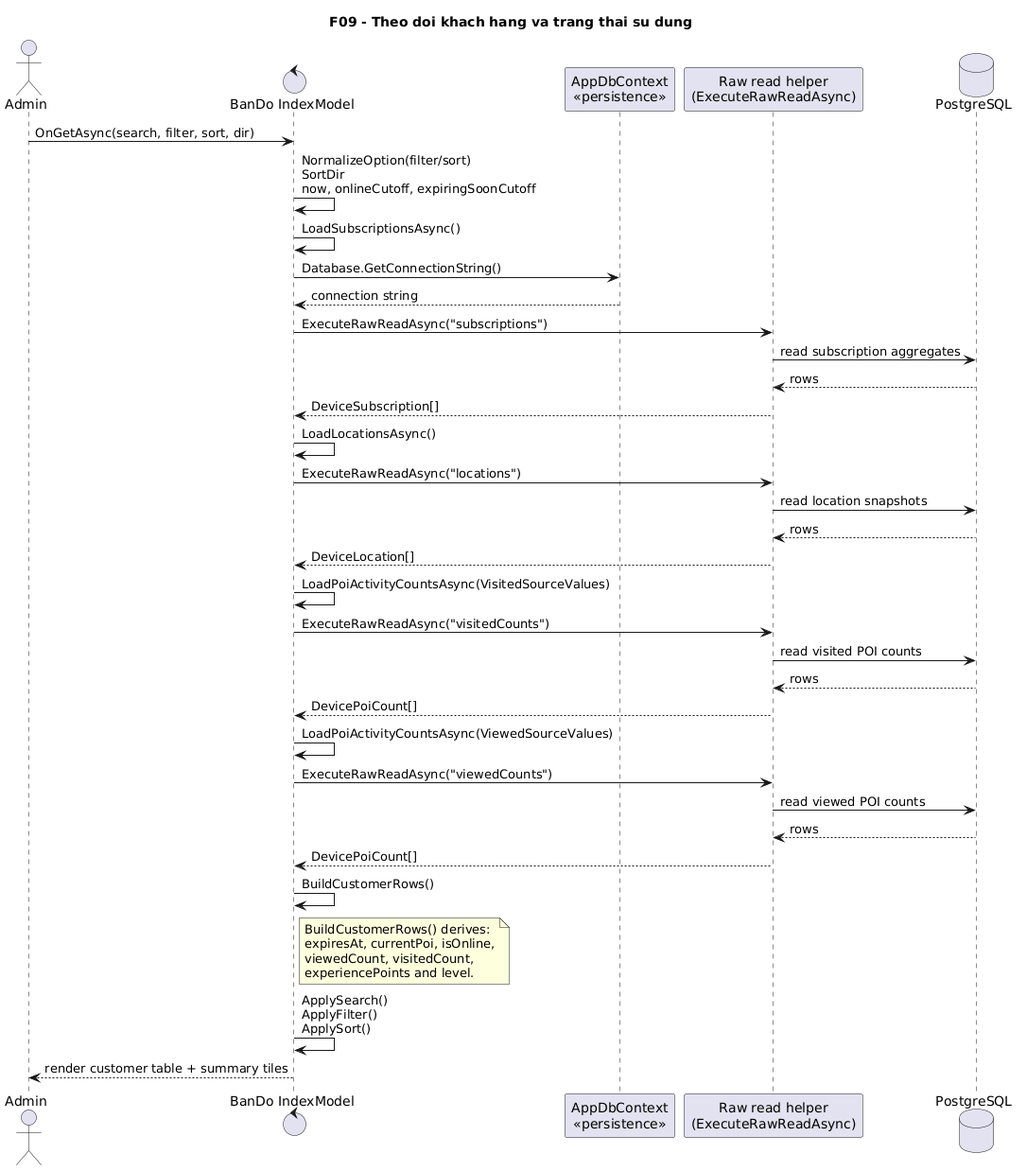
VoBao182/PhoAmThuc keeps this PlantUML diagram as docs/diagrams/png/09-live-map-sequence.png. Above is the earlier version.
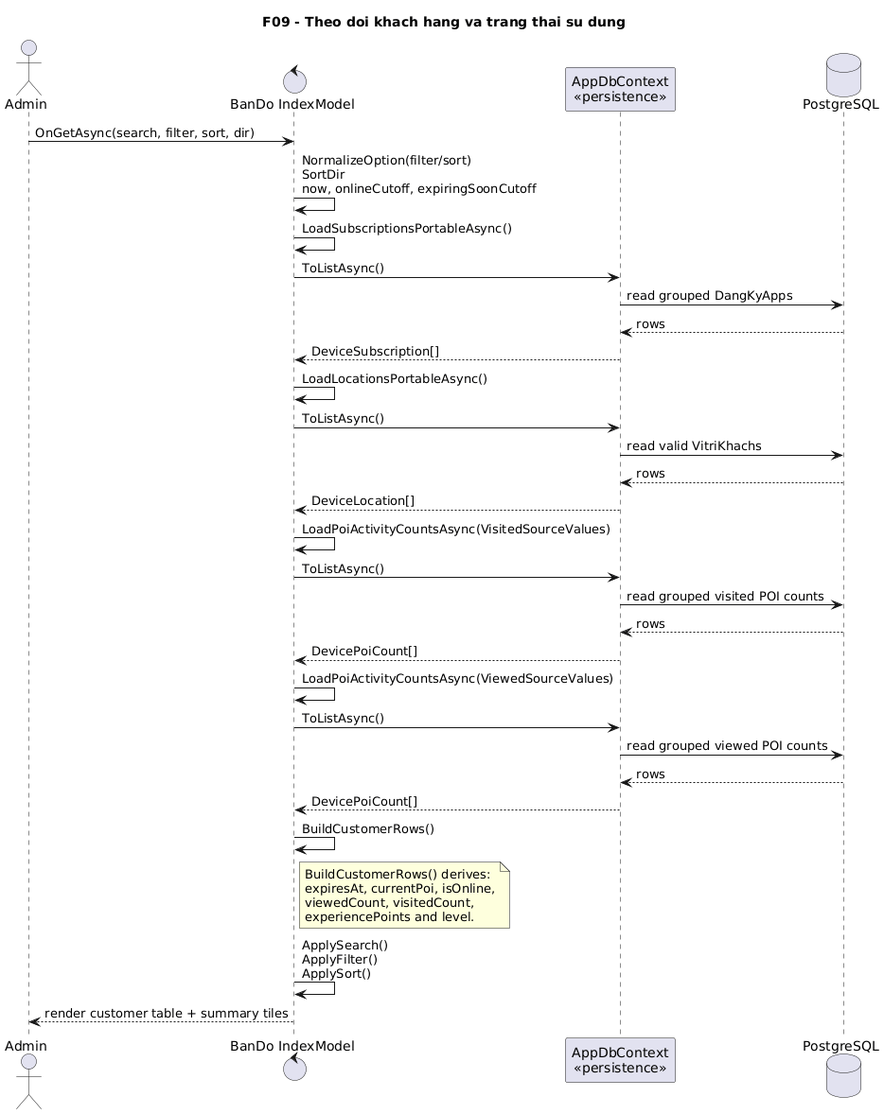
The same diagram one commit later.

The edit, as a diff of the source:
```diff
@@ -4,37 +4,34 @@
 actor Admin
 control "BanDo IndexModel" as IndexModel
 participant "AppDbContext\n<<persistence>>" as DbContext
-participant "Raw read helper\n(ExecuteRawReadAsync)" as RawRead
 database "PostgreSQL" as DB
 
 Admin -> IndexModel: OnGetAsync(search, filter, sort, dir)
 IndexModel -> IndexModel: NormalizeOption(filter/sort)\nSortDir\nnow, onlineCutoff, expiringSoonCutoff
 
-IndexModel -> IndexModel: LoadSubscriptionsAsync()
-IndexModel -> DbContext: Database.GetConnectionString()
-DbContext --> IndexModel: connection string
-IndexModel -> RawRead: ExecuteRawReadAsync("subscriptions")
-RawRead -> DB: read subscription aggregates
-DB --> RawRead: rows
-RawRead --> IndexModel: DeviceSubscription[]
+IndexModel -> IndexModel: LoadSubscriptionsPortableAsync()
+IndexModel -> DbContext: ToListAsync()
+DbContext -> DB: read grouped DangKyApps
+DB --> DbContext: rows
+DbContext --> IndexModel: DeviceSubscription[]
 
-IndexModel -> IndexModel: LoadLocationsAsync()
-IndexModel -> RawRead: ExecuteRawReadAsync("locations")
-RawRead -> DB: read location snapshots
-DB --> RawRead: rows
-RawRead --> IndexModel: DeviceLocation[]
+IndexModel -> IndexModel: LoadLocationsPortableAsync()
+IndexModel -> DbContext: ToListAsync()
+DbContext -> DB: read valid VitriKhachs
+DB --> DbContext: rows
+DbContext --> IndexModel: DeviceLocation[]
 
 IndexModel -> IndexModel: LoadPoiActivityCountsAsync(VisitedSourceValues)
-IndexModel -> RawRead: ExecuteRawReadAsync("visitedCounts")
-RawRead -> DB: read visited POI counts
-DB --> RawRead: rows
-RawRead --> IndexModel: DevicePoiCount[]
+IndexModel -> DbContext: ToListAsync()
+DbContext -> DB: read grouped visited POI counts
+DB --> DbContext: rows
+DbContext --> IndexModel: DevicePoiCount[]
 
 IndexModel -> IndexModel: LoadPoiActivityCountsAsync(ViewedSourceValues)
-IndexModel -> RawRead: ExecuteRawReadAsync("viewedCounts")
-RawRead -> DB: read viewed POI counts
-DB --> RawRead: rows
-RawRead --> IndexModel: DevicePoiCount[]
+IndexModel -> DbContext: ToListAsync()
+DbContext -> DB: read grouped viewed POI counts
+DB --> DbContext: rows
+DbContext --> IndexModel: DevicePoiCount[]
 
 IndexModel -> IndexModel: BuildCustomerRows()
 note right of IndexModel
```
